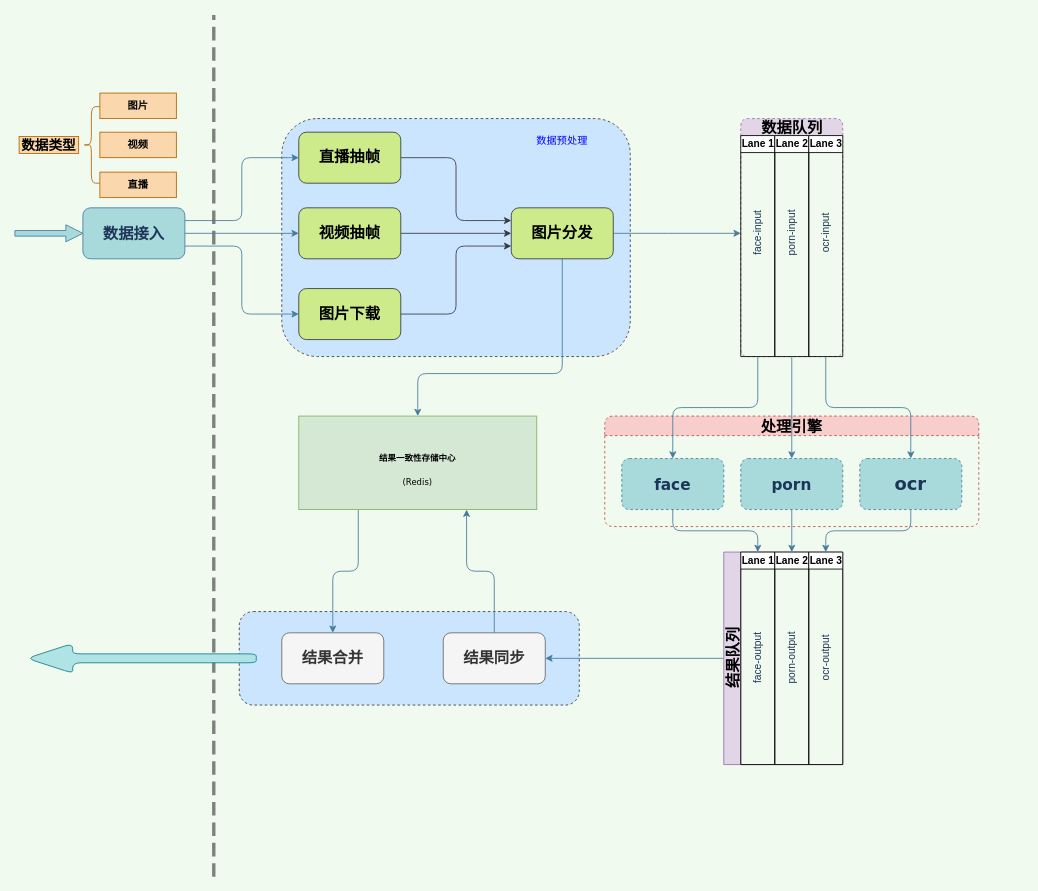
This is engine_system/engine_system_architecture.drawio from xwzj01ht/diagrams, a draw.io file, before an edit. Source tidied: cells renumbered, new cells numbered last; positions are measured from the earlier drawing's top-left corner, leaving out a move shared by most shapes. Both pictures are drawn from the tidied source at 85%, with x=0, y=0 at pixel (14, 16).
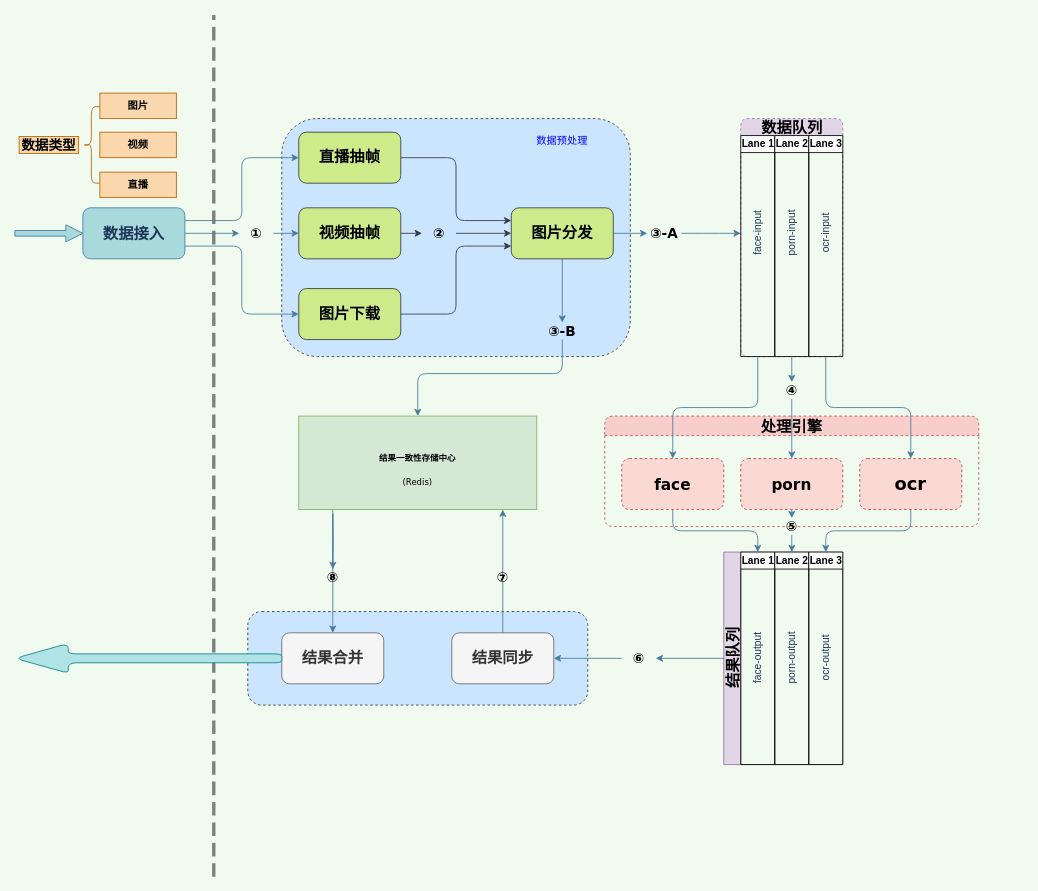
Above is the later version.

Unchanged cells that the change refers to:
```xml
<mxCell id="9" value="&lt;h4&gt;&lt;font style=&quot;font-size: 18px&quot; face=&quot;Verdana&quot;&gt;数据接入&lt;/font&gt;&lt;/h4&gt;" style="rounded=1;whiteSpace=wrap;html=1;sketch=0;strokeColor=#457B9D;fillColor=#A8DADC;fontColor=#1D3557;" parent="1" vertex="1">
  <mxGeometry x="80" y="225" width="120" height="60" as="geometry" />
</mxCell>
<mxCell id="16" value="&lt;h3 style=&quot;font-size: 18px&quot;&gt;视频抽帧&lt;/h3&gt;" style="rounded=1;whiteSpace=wrap;html=1;sketch=0;strokeColor=#36393d;fillColor=#cdeb8b;" parent="1" vertex="1">
  <mxGeometry x="334" y="225" width="120" height="60" as="geometry" />
</mxCell>
<mxCell id="22" value="&lt;h3 style=&quot;font-size: 18px&quot;&gt;图片分发&lt;/h3&gt;" style="rounded=1;whiteSpace=wrap;html=1;sketch=0;strokeColor=#36393d;fillColor=#cdeb8b;" parent="1" vertex="1">
  <mxGeometry x="584" y="225" width="120" height="60" as="geometry" />
</mxCell>
<mxCell id="27" value="Lane 2" style="swimlane;html=1;startSize=20;" parent="24" vertex="1">
  <mxGeometry x="40" y="20" width="40" height="260" as="geometry" />
</mxCell>
<mxCell id="31" value="处理引擎" style="swimlane;rounded=1;shadow=0;glass=0;dashed=1;sketch=0;strokeColor=#b85450;fillColor=#f8cecc;fontSize=18;fontFamily=Verdana;" parent="1" vertex="1">
  <mxGeometry x="694" y="470" width="440" height="130" as="geometry" />
</mxCell>
<mxCell id="39" value="&lt;h3&gt;&lt;font style=&quot;font-size: 18px&quot; face=&quot;Verdana&quot;&gt;结果队列&lt;/font&gt;&lt;/h3&gt;" style="swimlane;html=1;startSize=20;horizontal=0;fillColor=#e1d5e7;strokeColor=#9673a6;" parent="1" vertex="1">
  <mxGeometry x="834" y="630" width="140" height="250" as="geometry" />
</mxCell>
<mxCell id="42" value="Lane 2" style="swimlane;html=1;startSize=20;" parent="39" vertex="1">
  <mxGeometry x="60" width="40" height="250" as="geometry" />
</mxCell>
<mxCell id="51" value="&lt;h3&gt;&lt;font face=&quot;Verdana&quot; size=&quot;1&quot;&gt;结果一致性存储中心&lt;/font&gt;&lt;/h3&gt;&lt;div&gt;&lt;font face=&quot;Verdana&quot; size=&quot;1&quot;&gt;(Redis)&lt;/font&gt;&lt;/div&gt;" style="rounded=0;whiteSpace=wrap;html=1;strokeColor=#82b366;strokeWidth=1;fillColor=#d5e8d4;" parent="1" vertex="1">
  <mxGeometry x="334" y="470" width="280" height="110" as="geometry" />
</mxCell>
<mxCell id="54" value="&lt;h3 style=&quot;font-size: 18px&quot;&gt;&lt;font face=&quot;Verdana&quot;&gt;结果合并&lt;/font&gt;&lt;/h3&gt;" style="rounded=1;whiteSpace=wrap;html=1;strokeColor=#666666;strokeWidth=1;fillColor=#f5f5f5;fontColor=#333333;" parent="1" vertex="1">
  <mxGeometry x="314" y="725" width="120" height="60" as="geometry" />
</mxCell>
```

The edit, as a diff of the source:
```diff
@@
     <mxCell id="3" style="rounded=1;whiteSpace=wrap;html=1;strokeColor=#36393d;strokeWidth=1;fillColor=#cce5ff;dashed=1;" parent="1" vertex="1">
-      <mxGeometry x="264" y="700" width="400" height="110" as="geometry" />
+      <mxGeometry x="274" y="700" width="400" height="110" as="geometry" />
     </mxCell>
@@
-    <mxCell id="8" style="edgeStyle=orthogonalEdgeStyle;curved=0;rounded=1;sketch=0;jettySize=auto;html=1;exitX=1;exitY=0.5;exitDx=0;exitDy=0;entryX=0;entryY=0.5;entryDx=0;entryDy=0;strokeColor=#457B9D;fillColor=#A8DADC;fontColor=#1D3557;" parent="1" edge="1" source="9" target="16">
+    <mxCell id="8" style="edgeStyle=orthogonalEdgeStyle;curved=0;rounded=1;sketch=0;jettySize=auto;html=1;exitX=1;exitY=0.5;exitDx=0;exitDy=0;entryX=0;entryY=0.5;entryDx=0;entryDy=0;strokeColor=#457B9D;fillColor=#A8DADC;fontColor=#1D3557;" parent="1" edge="1" source="57" target="16">
       <mxGeometry relative="1" as="geometry" />
     </mxCell>
@@
-    <mxCell id="15" style="edgeStyle=orthogonalEdgeStyle;curved=0;rounded=1;sketch=0;jettySize=auto;html=1;exitX=1;exitY=0.5;exitDx=0;exitDy=0;entryX=0;entryY=0.5;entryDx=0;entryDy=0;strokeColor=#36393d;fillColor=#cdeb8b;fontColor=#1D3557;" parent="1" edge="1" source="16" target="22">
+    <mxCell id="15" style="edgeStyle=orthogonalEdgeStyle;curved=0;rounded=1;sketch=0;jettySize=auto;html=1;exitX=1;exitY=0.5;exitDx=0;exitDy=0;entryX=0;entryY=0.5;entryDx=0;entryDy=0;strokeColor=#36393d;fillColor=#cdeb8b;fontColor=#1D3557;" parent="1" edge="1" source="59" target="22">
       <mxGeometry relative="1" as="geometry" />
     </mxCell>
@@
-    <mxCell id="21" style="edgeStyle=orthogonalEdgeStyle;curved=0;rounded=1;sketch=0;jettySize=auto;html=1;strokeColor=#457B9D;fillColor=#A8DADC;fontColor=#1D3557;exitX=1;exitY=0.5;exitDx=0;exitDy=0;" parent="1" edge="1" source="22">
+    <mxCell id="21" style="edgeStyle=orthogonalEdgeStyle;curved=0;rounded=1;sketch=0;jettySize=auto;html=1;strokeColor=#457B9D;fillColor=#A8DADC;fontColor=#1D3557;exitX=1;exitY=0.5;exitDx=0;exitDy=0;" parent="1" edge="1" source="61">
       <mxGeometry relative="1" as="geometry">
         <mxPoint x="854" y="255" as="targetPoint" />
       </mxGeometry>
     </mxCell>
@@
-    <mxCell id="32" value="&lt;h3&gt;&lt;font style=&quot;font-size: 18px&quot;&gt;face&lt;/font&gt;&lt;/h3&gt;" style="rounded=1;whiteSpace=wrap;html=1;shadow=0;glass=0;dashed=1;sketch=0;strokeColor=#457B9D;fillColor=#A8DADC;fontFamily=Verdana;fontSize=18;fontColor=#1D3557;" parent="31" vertex="1">
+    <mxCell id="32" value="&lt;h3&gt;&lt;font style=&quot;font-size: 18px&quot;&gt;face&lt;/font&gt;&lt;/h3&gt;" style="rounded=1;whiteSpace=wrap;html=1;shadow=0;glass=0;dashed=1;sketch=0;strokeColor=#ae4132;fillColor=#fad9d5;fontFamily=Verdana;fontSize=18;" parent="31" vertex="1">
       <mxGeometry x="20" y="50" width="120" height="60" as="geometry" />
     </mxCell>
-    <mxCell id="33" value="&lt;h3&gt;&lt;font style=&quot;font-size: 18px&quot;&gt;porn&lt;/font&gt;&lt;/h3&gt;" style="rounded=1;whiteSpace=wrap;html=1;shadow=0;glass=0;dashed=1;sketch=0;strokeColor=#457B9D;fillColor=#A8DADC;fontFamily=Verdana;fontSize=18;fontColor=#1D3557;" parent="31" vertex="1">
+    <mxCell id="33" value="&lt;h3&gt;&lt;font style=&quot;font-size: 18px&quot;&gt;porn&lt;/font&gt;&lt;/h3&gt;" style="rounded=1;whiteSpace=wrap;html=1;shadow=0;glass=0;dashed=1;sketch=0;strokeColor=#ae4132;fillColor=#fad9d5;fontFamily=Verdana;fontSize=18;" parent="31" vertex="1">
       <mxGeometry x="160" y="50" width="120" height="60" as="geometry" />
     </mxCell>
-    <mxCell id="34" value="&lt;h3&gt;ocr&lt;/h3&gt;" style="rounded=1;whiteSpace=wrap;html=1;shadow=0;glass=0;dashed=1;sketch=0;strokeColor=#457B9D;fillColor=#A8DADC;fontFamily=Verdana;fontSize=18;fontColor=#1D3557;" parent="31" vertex="1">
+    <mxCell id="34" value="&lt;h3&gt;ocr&lt;/h3&gt;" style="rounded=1;whiteSpace=wrap;html=1;shadow=0;glass=0;dashed=1;sketch=0;strokeColor=#ae4132;fillColor=#fad9d5;fontFamily=Verdana;fontSize=18;" parent="31" vertex="1">
       <mxGeometry x="300" y="50" width="120" height="60" as="geometry" />
     </mxCell>
@@
-    <mxCell id="36" style="edgeStyle=orthogonalEdgeStyle;curved=0;rounded=1;sketch=0;jettySize=auto;html=1;exitX=0.5;exitY=1;exitDx=0;exitDy=0;entryX=0.5;entryY=0;entryDx=0;entryDy=0;strokeColor=#457B9D;fillColor=#A8DADC;fontFamily=Verdana;fontSize=18;fontColor=#1D3557;" parent="1" edge="1" source="27" target="33">
+    <mxCell id="36" style="edgeStyle=orthogonalEdgeStyle;curved=0;rounded=1;sketch=0;jettySize=auto;html=1;exitX=0.5;exitY=1;exitDx=0;exitDy=0;entryX=0.5;entryY=0;entryDx=0;entryDy=0;strokeColor=#457B9D;fillColor=#A8DADC;fontFamily=Verdana;fontSize=18;fontColor=#1D3557;" parent="1" edge="1" source="65" target="33">
       <mxGeometry relative="1" as="geometry" />
     </mxCell>
@@
-    <mxCell id="38" style="edgeStyle=orthogonalEdgeStyle;rounded=1;jettySize=auto;html=1;exitX=0;exitY=0.5;exitDx=0;exitDy=0;entryX=1;entryY=0.5;entryDx=0;entryDy=0;strokeColor=#457B9D;" parent="1" edge="1" source="39" target="53">
+    <mxCell id="38" style="edgeStyle=orthogonalEdgeStyle;rounded=1;jettySize=auto;html=1;exitX=0;exitY=0.5;exitDx=0;exitDy=0;entryX=1;entryY=0.5;entryDx=0;entryDy=0;strokeColor=#457B9D;" parent="1" edge="1" source="69" target="53">
       <mxGeometry relative="1" as="geometry" />
     </mxCell>
@@
-    <mxCell id="46" style="edgeStyle=orthogonalEdgeStyle;rounded=0;jettySize=auto;html=1;exitX=0.5;exitY=1;exitDx=0;exitDy=0;entryX=0.5;entryY=0;entryDx=0;entryDy=0;strokeColor=#457B9D;" parent="1" edge="1" source="33" target="42">
+    <mxCell id="46" style="edgeStyle=orthogonalEdgeStyle;rounded=0;jettySize=auto;html=1;exitX=0.5;exitY=1;exitDx=0;exitDy=0;entryX=0.5;entryY=0;entryDx=0;entryDy=0;strokeColor=#457B9D;" parent="1" edge="1" source="67" target="42">
       <mxGeometry relative="1" as="geometry" />
     </mxCell>
@@
-    <mxCell id="49" style="edgeStyle=orthogonalEdgeStyle;rounded=1;jettySize=auto;html=1;strokeColor=#457B9D;entryX=0.5;entryY=0;entryDx=0;entryDy=0;" parent="1" edge="1" source="22" target="51">
+    <mxCell id="49" style="edgeStyle=orthogonalEdgeStyle;rounded=1;jettySize=auto;html=1;strokeColor=#457B9D;entryX=0.5;entryY=0;entryDx=0;entryDy=0;" parent="1" edge="1" source="63" target="51">
       <mxGeometry relative="1" as="geometry">
         <Array as="points">
           <mxPoint x="644" y="420" />
           <mxPoint x="474" y="420" />
         </Array>
       </mxGeometry>
     </mxCell>
-    <mxCell id="50" style="edgeStyle=orthogonalEdgeStyle;rounded=1;jettySize=auto;html=1;exitX=0.25;exitY=1;exitDx=0;exitDy=0;strokeColor=#457B9D;entryX=0.5;entryY=0;entryDx=0;entryDy=0;" parent="1" edge="1" source="51" target="54">
-      <mxGeometry relative="1" as="geometry" />
+    <mxCell id="50" style="edgeStyle=orthogonalEdgeStyle;rounded=1;jettySize=auto;html=1;strokeColor=#457B9D;entryX=0.5;entryY=0;entryDx=0;entryDy=0;" parent="1" edge="1" source="72" target="54">
+      <mxGeometry relative="1" as="geometry">
+        <Array as="points">
+          <mxPoint x="374" y="580" />
+        </Array>
+      </mxGeometry>
     </mxCell>
@@
-    <mxCell id="52" style="edgeStyle=orthogonalEdgeStyle;rounded=1;jettySize=auto;html=1;exitX=0.5;exitY=0;exitDx=0;exitDy=0;entryX=0.705;entryY=1;entryDx=0;entryDy=0;entryPerimeter=0;strokeColor=#457B9D;" parent="1" edge="1" source="53" target="51">
-      <mxGeometry relative="1" as="geometry" />
-    </mxCell>
+    <mxCell id="56" style="edgeStyle=orthogonalEdgeStyle;rounded=1;jettySize=auto;html=1;exitX=0.5;exitY=0;exitDx=0;exitDy=0;strokeColor=#457B9D;fontFamily=Verdana;fontSize=16;" parent="1" edge="1" source="53">
+      <mxGeometry relative="1" as="geometry">
+        <mxPoint x="574" y="580" as="targetPoint" />
+        <Array as="points">
+          <mxPoint x="574" y="580" />
+        </Array>
+      </mxGeometry>
+    </mxCell>
     <mxCell id="53" value="&lt;h3 style=&quot;font-size: 18px&quot;&gt;&lt;font face=&quot;Verdana&quot;&gt;结果同步&lt;/font&gt;&lt;/h3&gt;" style="rounded=1;whiteSpace=wrap;html=1;strokeColor=#666666;strokeWidth=1;fillColor=#f5f5f5;fontColor=#333333;" parent="1" vertex="1">
-      <mxGeometry x="504" y="725" width="120" height="60" as="geometry" />
+      <mxGeometry x="514" y="725" width="120" height="60" as="geometry" />
     </mxCell>
@@
     <mxCell id="55" style="shape=singleArrow;direction=west;whiteSpace=wrap;html=1;rounded=1;strokeColor=#0e8088;strokeWidth=1;fillColor=#b0e3e6;" parent="1" vertex="1">
-      <mxGeometry x="14" y="737.5" width="270" height="35" as="geometry" />
+      <mxGeometry y="737.5" width="314" height="35" as="geometry" />
     </mxCell>
+    <mxCell id="57" value="①" style="text;html=1;strokeColor=none;fillColor=none;align=center;verticalAlign=middle;whiteSpace=wrap;rounded=0;fontSize=16;fontFamily=Verdana;fontStyle=1;" parent="1" vertex="1">
+      <mxGeometry x="264" y="245" width="40" height="20" as="geometry" />
+    </mxCell>
+    <mxCell id="58" style="edgeStyle=orthogonalEdgeStyle;curved=0;rounded=1;sketch=0;jettySize=auto;html=1;exitX=1;exitY=0.5;exitDx=0;exitDy=0;entryX=0;entryY=0.5;entryDx=0;entryDy=0;strokeColor=#457B9D;fillColor=#A8DADC;fontColor=#1D3557;" parent="1" edge="1" source="9" target="57">
+      <mxGeometry relative="1" as="geometry" />
+    </mxCell>
+    <mxCell id="59" value="②" style="text;html=1;strokeColor=none;fillColor=none;align=center;verticalAlign=middle;whiteSpace=wrap;rounded=0;fontFamily=Verdana;fontSize=16;fontStyle=1;" parent="1" vertex="1">
+      <mxGeometry x="479" y="245" width="40" height="20" as="geometry" />
+    </mxCell>
+    <mxCell id="60" style="edgeStyle=orthogonalEdgeStyle;curved=0;rounded=1;sketch=0;jettySize=auto;html=1;exitX=1;exitY=0.5;exitDx=0;exitDy=0;entryX=0;entryY=0.5;entryDx=0;entryDy=0;strokeColor=#36393d;fillColor=#cdeb8b;fontColor=#1D3557;" parent="1" edge="1" source="16" target="59">
+      <mxGeometry relative="1" as="geometry" />
+    </mxCell>
+    <mxCell id="61" value="③-A" style="text;html=1;strokeColor=none;fillColor=none;align=center;verticalAlign=middle;whiteSpace=wrap;rounded=0;fontFamily=Verdana;fontSize=16;fontStyle=1;" parent="1" vertex="1">
+      <mxGeometry x="744" y="245" width="40" height="20" as="geometry" />
+    </mxCell>
+    <mxCell id="62" style="edgeStyle=orthogonalEdgeStyle;curved=0;rounded=1;sketch=0;jettySize=auto;html=1;strokeColor=#457B9D;fillColor=#A8DADC;fontColor=#1D3557;exitX=1;exitY=0.5;exitDx=0;exitDy=0;" parent="1" edge="1" source="22" target="61">
+      <mxGeometry relative="1" as="geometry" />
+    </mxCell>
+    <mxCell id="63" value="③-B" style="text;html=1;strokeColor=none;fillColor=none;align=center;verticalAlign=middle;whiteSpace=wrap;rounded=0;fontFamily=Verdana;fontSize=16;fontStyle=1;" parent="1" vertex="1">
+      <mxGeometry x="624" y="360" width="40" height="20" as="geometry" />
+    </mxCell>
+    <mxCell id="64" style="edgeStyle=orthogonalEdgeStyle;rounded=1;jettySize=auto;html=1;strokeColor=#457B9D;entryX=0.5;entryY=0;entryDx=0;entryDy=0;" parent="1" edge="1" source="22" target="63">
+      <mxGeometry relative="1" as="geometry" />
+    </mxCell>
+    <mxCell id="65" value="④" style="text;html=1;strokeColor=none;fillColor=none;align=center;verticalAlign=middle;whiteSpace=wrap;rounded=0;fontFamily=Verdana;fontSize=16;fontStyle=1;" parent="1" vertex="1">
+      <mxGeometry x="894" y="430" width="40" height="20" as="geometry" />
+    </mxCell>
+    <mxCell id="66" style="edgeStyle=orthogonalEdgeStyle;curved=0;rounded=1;sketch=0;jettySize=auto;html=1;exitX=0.5;exitY=1;exitDx=0;exitDy=0;entryX=0.5;entryY=0;entryDx=0;entryDy=0;strokeColor=#457B9D;fillColor=#A8DADC;fontFamily=Verdana;fontSize=18;fontColor=#1D3557;" parent="1" edge="1" source="27" target="65">
+      <mxGeometry relative="1" as="geometry" />
+    </mxCell>
+    <mxCell id="67" value="⑤" style="text;html=1;strokeColor=none;fillColor=none;align=center;verticalAlign=middle;whiteSpace=wrap;rounded=0;fontFamily=Verdana;fontSize=16;fontStyle=1;" parent="1" vertex="1">
+      <mxGeometry x="894" y="590" width="40" height="20" as="geometry" />
+    </mxCell>
+    <mxCell id="68" style="edgeStyle=orthogonalEdgeStyle;rounded=0;jettySize=auto;html=1;exitX=0.5;exitY=1;exitDx=0;exitDy=0;entryX=0.5;entryY=0;entryDx=0;entryDy=0;strokeColor=#457B9D;" parent="1" edge="1" source="33" target="67">
+      <mxGeometry relative="1" as="geometry" />
+    </mxCell>
+    <mxCell id="69" value="⑥" style="text;html=1;strokeColor=none;fillColor=none;align=center;verticalAlign=middle;whiteSpace=wrap;rounded=0;fontFamily=Verdana;fontSize=16;fontStyle=1;" parent="1" vertex="1">
+      <mxGeometry x="714" y="745" width="40" height="20" as="geometry" />
+    </mxCell>
+    <mxCell id="70" style="edgeStyle=orthogonalEdgeStyle;rounded=1;jettySize=auto;html=1;exitX=0;exitY=0.5;exitDx=0;exitDy=0;entryX=1;entryY=0.5;entryDx=0;entryDy=0;strokeColor=#457B9D;" parent="1" edge="1" source="39" target="69">
+      <mxGeometry relative="1" as="geometry" />
+    </mxCell>
+    <mxCell id="71" value="&lt;b&gt;⑦&lt;/b&gt;" style="text;html=1;strokeColor=none;fillColor=none;align=center;verticalAlign=middle;whiteSpace=wrap;rounded=0;fontFamily=Verdana;fontSize=16;" parent="1" vertex="1">
+      <mxGeometry x="554" y="650" width="40" height="20" as="geometry" />
+    </mxCell>
+    <mxCell id="72" value="⑧" style="text;html=1;strokeColor=none;fillColor=none;align=center;verticalAlign=middle;whiteSpace=wrap;rounded=0;fontFamily=Verdana;fontSize=16;fontStyle=1;" parent="1" vertex="1">
+      <mxGeometry x="354" y="650" width="40" height="20" as="geometry" />
+    </mxCell>
+    <mxCell id="73" style="edgeStyle=orthogonalEdgeStyle;rounded=1;jettySize=auto;html=1;strokeColor=#457B9D;entryX=0.5;entryY=0;entryDx=0;entryDy=0;" parent="1" edge="1" target="72">
+      <mxGeometry relative="1" as="geometry">
+        <mxPoint x="374" y="580" as="sourcePoint" />
+      </mxGeometry>
+    </mxCell>
```
